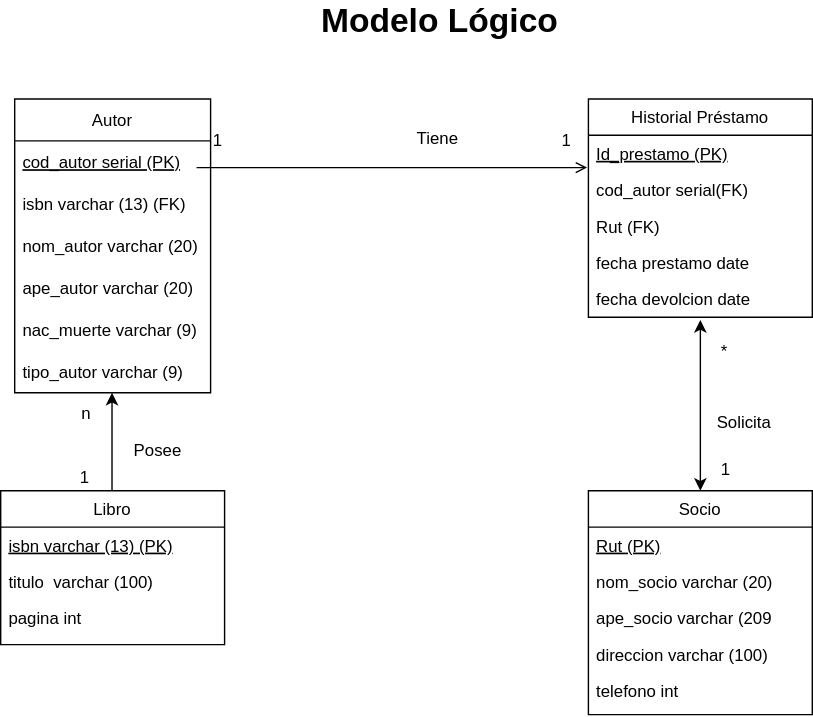
This is Modelo logico.drawio.svg from FranSantander/-Biblioteca, a draw.io export, as it was before one commit. Source tidied: cells renumbered, new cells last; positions are measured from the earlier drawing's top-left corner, leaving out a move shared by most shapes.
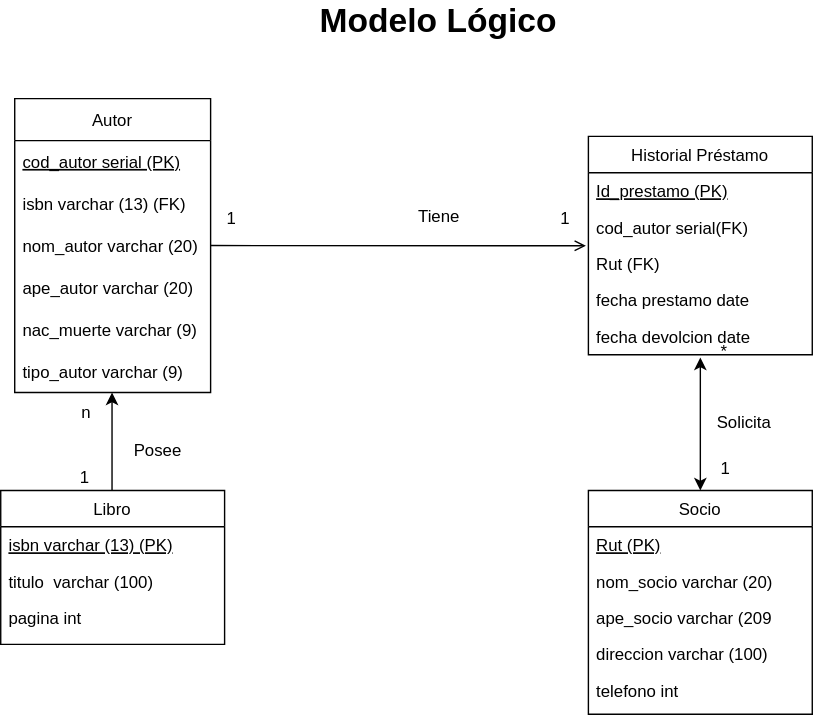
Later version of the same file.

Diff of the diagram source:
```diff
@@ -3,7 +3,7 @@
     <mxCell id="0" />
     <mxCell id="1" parent="0" />
     <mxCell id="2" value="Historial Préstamo" style="swimlane;fontStyle=0;align=center;verticalAlign=top;horizontal=1;startSize=26;rounded=0;shadow=0;strokeWidth=1;" parent="1" vertex="1">
-      <mxGeometry x="420" y="70" width="160" height="156" as="geometry" />
+      <mxGeometry x="420" y="97" width="160" height="156" as="geometry" />
     </mxCell>
     <mxCell id="3" value="Id_prestamo (PK)" style="text;align=left;verticalAlign=top;spacingLeft=4;spacingRight=4;overflow=hidden;fontStyle=4;" parent="2" vertex="1">
       <mxGeometry y="26" width="160" height="26" as="geometry" />
@@ -20,9 +20,8 @@
     <mxCell id="7" value="fecha devolcion date" style="text;align=left;verticalAlign=top;spacingLeft=4;spacingRight=4;overflow=hidden;points=[[0,0.5],[1,0.5]];portConstraint=eastwest;" parent="2" vertex="1">
       <mxGeometry y="130" width="160" height="26" as="geometry" />
     </mxCell>
-    <mxCell id="8" style="endArrow=open;shadow=0;strokeWidth=1;rounded=0;endFill=1;edgeStyle=elbowEdgeStyle;elbow=vertical;entryX=-0.006;entryY=-0.115;entryDx=0;entryDy=0;entryPerimeter=0;" parent="1" edge="1" target="4">
+    <mxCell id="8" style="endArrow=open;shadow=0;strokeWidth=1;rounded=0;endFill=1;edgeStyle=elbowEdgeStyle;elbow=vertical;entryX=-0.011;entryY=0.007;entryDx=0;entryDy=0;entryPerimeter=0;exitX=1;exitY=0.5;exitDx=0;exitDy=0;" parent="1" edge="1" source="33" target="5">
       <mxGeometry x="0.5" y="41" relative="1" as="geometry">
-        <mxPoint x="140" y="119.1" as="sourcePoint" />
         <mxPoint x="-40" y="32" as="offset" />
       </mxGeometry>
     </mxCell>
@@ -88,7 +87,7 @@
       </mxGeometry>
     </mxCell>
     <mxCell id="24" value="&lt;font style=&quot;font-size: 24px&quot;&gt;Modelo Lógico&lt;/font&gt;" style="text;html=1;strokeColor=none;fillColor=none;align=center;verticalAlign=middle;whiteSpace=wrap;rounded=0;fontStyle=1;" parent="1" vertex="1">
-      <mxGeometry x="227" width="174" height="30" as="geometry" />
+      <mxGeometry x="226" width="174" height="30" as="geometry" />
     </mxCell>
     <mxCell id="25" style="endArrow=classic;html=1;rounded=0;fontSize=24;entryX=0.5;entryY=1;entryDx=0;entryDy=0;" parent="1" edge="1">
       <mxGeometry relative="1" as="geometry">
```
